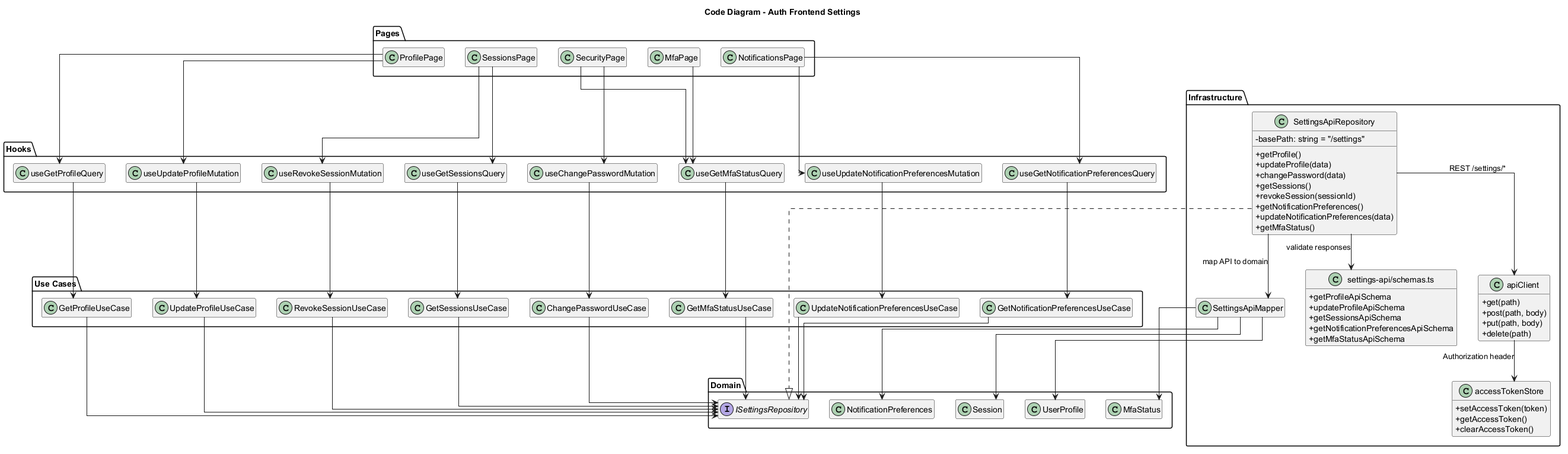
Earlier version of the PlantUML export docs/architecture/individual-code-frontend-settings.png (advprog-2026-A10-project/Module-9-Group). Its diagram source:
```plantuml
@startuml
title Code Diagram - Auth Frontend Settings
top to bottom direction
skinparam classAttributeIconSize 0
skinparam linetype ortho
hide empty members

package "Pages" {
  class ProfilePage
  class SecurityPage
  class SessionsPage
  class NotificationsPage
  class MfaPage
}

package "Hooks" {
  class useGetProfileQuery
  class useUpdateProfileMutation
  class useChangePasswordMutation
  class useGetSessionsQuery
  class useRevokeSessionMutation
  class useGetNotificationPreferencesQuery
  class useUpdateNotificationPreferencesMutation
  class useGetMfaStatusQuery
}

package "Use Cases" {
  class GetProfileUseCase
  class UpdateProfileUseCase
  class ChangePasswordUseCase
  class GetSessionsUseCase
  class RevokeSessionUseCase
  class GetNotificationPreferencesUseCase
  class UpdateNotificationPreferencesUseCase
  class GetMfaStatusUseCase
}

package "Domain" {
  interface ISettingsRepository
  class UserProfile
  class Session
  class NotificationPreferences
  class MfaStatus
}

package "Infrastructure" {
  class SettingsApiRepository {
    -basePath: string = "/settings"
    +getProfile()
    +updateProfile(data)
    +changePassword(data)
    +getSessions()
    +revokeSession(sessionId)
    +getNotificationPreferences()
    +updateNotificationPreferences(data)
    +getMfaStatus()
  }
  class SettingsApiMapper
  class "settings-api/schemas.ts" as ZodSchemas {
    +getProfileApiSchema
    +updateProfileApiSchema
    +getSessionsApiSchema
    +getNotificationPreferencesApiSchema
    +getMfaStatusApiSchema
  }
  class apiClient {
    +get(path)
    +post(path, body)
    +put(path, body)
    +delete(path)
  }
  class accessTokenStore {
    +setAccessToken(token)
    +getAccessToken()
    +clearAccessToken()
  }
}

ProfilePage --> useGetProfileQuery
ProfilePage --> useUpdateProfileMutation
SecurityPage --> useChangePasswordMutation
SecurityPage --> useGetMfaStatusQuery
SessionsPage --> useGetSessionsQuery
SessionsPage --> useRevokeSessionMutation
NotificationsPage --> useGetNotificationPreferencesQuery
NotificationsPage --> useUpdateNotificationPreferencesMutation
MfaPage --> useGetMfaStatusQuery

useGetProfileQuery --> GetProfileUseCase
useUpdateProfileMutation --> UpdateProfileUseCase
useChangePasswordMutation --> ChangePasswordUseCase
useGetSessionsQuery --> GetSessionsUseCase
useRevokeSessionMutation --> RevokeSessionUseCase
useGetNotificationPreferencesQuery --> GetNotificationPreferencesUseCase
useUpdateNotificationPreferencesMutation --> UpdateNotificationPreferencesUseCase
useGetMfaStatusQuery --> GetMfaStatusUseCase

GetProfileUseCase --> ISettingsRepository
UpdateProfileUseCase --> ISettingsRepository
ChangePasswordUseCase --> ISettingsRepository
GetSessionsUseCase --> ISettingsRepository
RevokeSessionUseCase --> ISettingsRepository
GetNotificationPreferencesUseCase --> ISettingsRepository
UpdateNotificationPreferencesUseCase --> ISettingsRepository
GetMfaStatusUseCase --> ISettingsRepository

SettingsApiRepository ..|> ISettingsRepository
SettingsApiRepository --> apiClient : REST /settings/*
SettingsApiRepository --> SettingsApiMapper : map API to domain
SettingsApiRepository --> ZodSchemas : validate responses
apiClient --> accessTokenStore : Authorization header

SettingsApiMapper --> UserProfile
SettingsApiMapper --> Session
SettingsApiMapper --> NotificationPreferences
SettingsApiMapper --> MfaStatus
@enduml
```
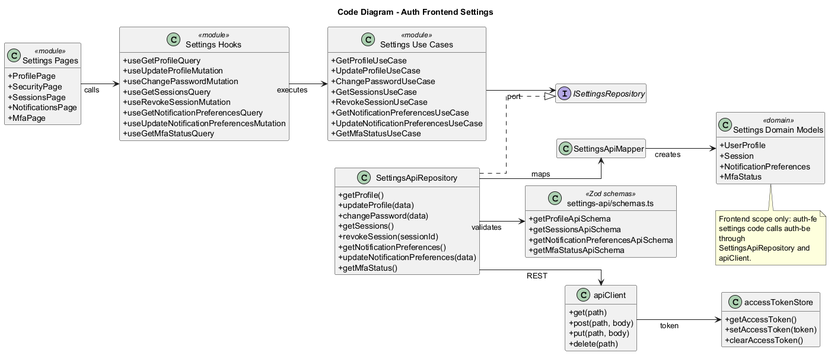
The same file after the commit.

Commit message:
fix Image for Individual container diagram of Auth Settings Security with its code diagram of the group A10 BidMart

The edit, as a diff of the source:
```diff
@@ -1,117 +1,97 @@
 @startuml
 title Code Diagram - Auth Frontend Settings
-top to bottom direction
+left to right direction
 skinparam classAttributeIconSize 0
 skinparam linetype ortho
+skinparam nodesep 45
+skinparam ranksep 65
+skinparam wrapWidth 190
 hide empty members
 
-package "Pages" {
-  class ProfilePage
-  class SecurityPage
-  class SessionsPage
-  class NotificationsPage
-  class MfaPage
+class "Settings Pages" as SettingsPages <<module>> {
+  +ProfilePage
+  +SecurityPage
+  +SessionsPage
+  +NotificationsPage
+  +MfaPage
 }
 
-package "Hooks" {
-  class useGetProfileQuery
-  class useUpdateProfileMutation
-  class useChangePasswordMutation
-  class useGetSessionsQuery
-  class useRevokeSessionMutation
-  class useGetNotificationPreferencesQuery
-  class useUpdateNotificationPreferencesMutation
-  class useGetMfaStatusQuery
+class "Settings Hooks" as SettingsHooks <<module>> {
+  +useGetProfileQuery
+  +useUpdateProfileMutation
+  +useChangePasswordMutation
+  +useGetSessionsQuery
+  +useRevokeSessionMutation
+  +useGetNotificationPreferencesQuery
+  +useUpdateNotificationPreferencesMutation
+  +useGetMfaStatusQuery
 }
 
-package "Use Cases" {
-  class GetProfileUseCase
-  class UpdateProfileUseCase
-  class ChangePasswordUseCase
-  class GetSessionsUseCase
-  class RevokeSessionUseCase
-  class GetNotificationPreferencesUseCase
-  class UpdateNotificationPreferencesUseCase
-  class GetMfaStatusUseCase
+class "Settings Use Cases" as SettingsUseCases <<module>> {
+  +GetProfileUseCase
+  +UpdateProfileUseCase
+  +ChangePasswordUseCase
+  +GetSessionsUseCase
+  +RevokeSessionUseCase
+  +GetNotificationPreferencesUseCase
+  +UpdateNotificationPreferencesUseCase
+  +GetMfaStatusUseCase
 }
 
-package "Domain" {
-  interface ISettingsRepository
-  class UserProfile
-  class Session
-  class NotificationPreferences
-  class MfaStatus
+interface ISettingsRepository
+
+class SettingsApiRepository {
+  +getProfile()
+  +updateProfile(data)
+  +changePassword(data)
+  +getSessions()
+  +revokeSession(sessionId)
+  +getNotificationPreferences()
+  +updateNotificationPreferences(data)
+  +getMfaStatus()
 }
 
-package "Infrastructure" {
-  class SettingsApiRepository {
-    -basePath: string = "/settings"
-    +getProfile()
-    +updateProfile(data)
-    +changePassword(data)
-    +getSessions()
-    +revokeSession(sessionId)
-    +getNotificationPreferences()
-    +updateNotificationPreferences(data)
-    +getMfaStatus()
-  }
-  class SettingsApiMapper
-  class "settings-api/schemas.ts" as ZodSchemas {
-    +getProfileApiSchema
-    +updateProfileApiSchema
-    +getSessionsApiSchema
-    +getNotificationPreferencesApiSchema
-    +getMfaStatusApiSchema
-  }
-  class apiClient {
-    +get(path)
-    +post(path, body)
-    +put(path, body)
-    +delete(path)
-  }
-  class accessTokenStore {
-    +setAccessToken(token)
-    +getAccessToken()
-    +clearAccessToken()
-  }
+class SettingsApiMapper
+
+class "settings-api/schemas.ts" as ZodSchemas <<Zod schemas>> {
+  +getProfileApiSchema
+  +getSessionsApiSchema
+  +getNotificationPreferencesApiSchema
+  +getMfaStatusApiSchema
 }
 
-ProfilePage --> useGetProfileQuery
-ProfilePage --> useUpdateProfileMutation
-SecurityPage --> useChangePasswordMutation
-SecurityPage --> useGetMfaStatusQuery
-SessionsPage --> useGetSessionsQuery
-SessionsPage --> useRevokeSessionMutation
-NotificationsPage --> useGetNotificationPreferencesQuery
-NotificationsPage --> useUpdateNotificationPreferencesMutation
-MfaPage --> useGetMfaStatusQuery
+class apiClient {
+  +get(path)
+  +post(path, body)
+  +put(path, body)
+  +delete(path)
+}
 
-useGetProfileQuery --> GetProfileUseCase
-useUpdateProfileMutation --> UpdateProfileUseCase
-useChangePasswordMutation --> ChangePasswordUseCase
-useGetSessionsQuery --> GetSessionsUseCase
-useRevokeSessionMutation --> RevokeSessionUseCase
-useGetNotificationPreferencesQuery --> GetNotificationPreferencesUseCase
-useUpdateNotificationPreferencesMutation --> UpdateNotificationPreferencesUseCase
-useGetMfaStatusQuery --> GetMfaStatusUseCase
+class accessTokenStore {
+  +getAccessToken()
+  +setAccessToken(token)
+  +clearAccessToken()
+}
 
-GetProfileUseCase --> ISettingsRepository
-UpdateProfileUseCase --> ISettingsRepository
-ChangePasswordUseCase --> ISettingsRepository
-GetSessionsUseCase --> ISettingsRepository
-RevokeSessionUseCase --> ISettingsRepository
-GetNotificationPreferencesUseCase --> ISettingsRepository
-UpdateNotificationPreferencesUseCase --> ISettingsRepository
-GetMfaStatusUseCase --> ISettingsRepository
+class "Settings Domain Models" as DomainModels <<domain>> {
+  +UserProfile
+  +Session
+  +NotificationPreferences
+  +MfaStatus
+}
 
+SettingsPages --> SettingsHooks : calls
+SettingsHooks --> SettingsUseCases : executes
+SettingsUseCases --> ISettingsRepository : port
 SettingsApiRepository ..|> ISettingsRepository
-SettingsApiRepository --> apiClient : REST /settings/*
-SettingsApiRepository --> SettingsApiMapper : map API to domain
-SettingsApiRepository --> ZodSchemas : validate responses
-apiClient --> accessTokenStore : Authorization header
+SettingsApiRepository --> apiClient : REST
+SettingsApiRepository --> SettingsApiMapper : maps
+SettingsApiRepository --> ZodSchemas : validates
+SettingsApiMapper --> DomainModels : creates
+apiClient --> accessTokenStore : token
 
-SettingsApiMapper --> UserProfile
-SettingsApiMapper --> Session
-SettingsApiMapper --> NotificationPreferences
-SettingsApiMapper --> MfaStatus
+note bottom
+Frontend scope only: auth-fe settings code calls auth-be through
+SettingsApiRepository and apiClient.
+end note
 @enduml
```
